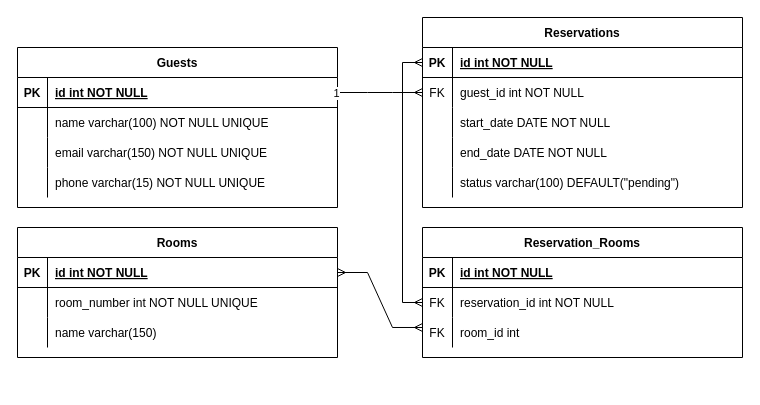
Before: docs/HMS.drawio in Abdullah-Arab/HMS, a draw.io diagram. Source tidied: cells renumbered, new cells numbered last; positions are measured from the earlier drawing's top-left corner, leaving out a move shared by most shapes. Both pictures are drawn from the tidied source at 100%, with x=0, y=0 at pixel (17, 17).
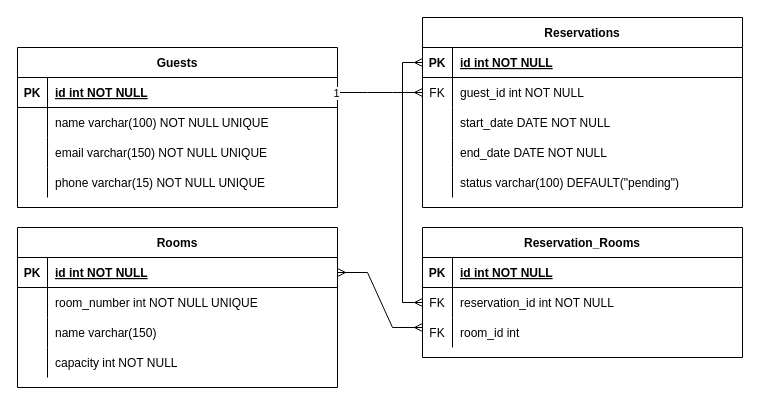
After the change.

What changed in the source:
```diff
@@
     <mxCell id="15" value="Rooms" style="shape=table;startSize=30;childLayout=tableLayout;rowLines=0;fontStyle=1;align=center;" parent="1" vertex="1">
-      <mxGeometry y="210" width="320" height="130" as="geometry" />
+      <mxGeometry y="210" width="320" height="160" as="geometry" />
     </mxCell>
@@
+    <mxCell id="55" style="shape=partialRectangle;fillColor=none;top=0;left=0;right=0;bottom=0;" parent="15" vertex="1">
+      <mxGeometry y="120" width="320" height="30" as="geometry" />
+    </mxCell>
+    <mxCell id="56" style="shape=partialRectangle;overflow=hidden;fillColor=none;top=0;left=0;bottom=0;right=0;" parent="55" vertex="1">
+      <mxGeometry width="30" height="30" as="geometry" />
+    </mxCell>
+    <mxCell id="57" value="capacity int NOT NULL" style="shape=partialRectangle;overflow=hidden;fillColor=none;top=0;left=0;bottom=0;right=0;align=left;spacingLeft=6;" parent="55" vertex="1">
+      <mxGeometry x="30" width="290" height="30" as="geometry" />
+    </mxCell>
```
